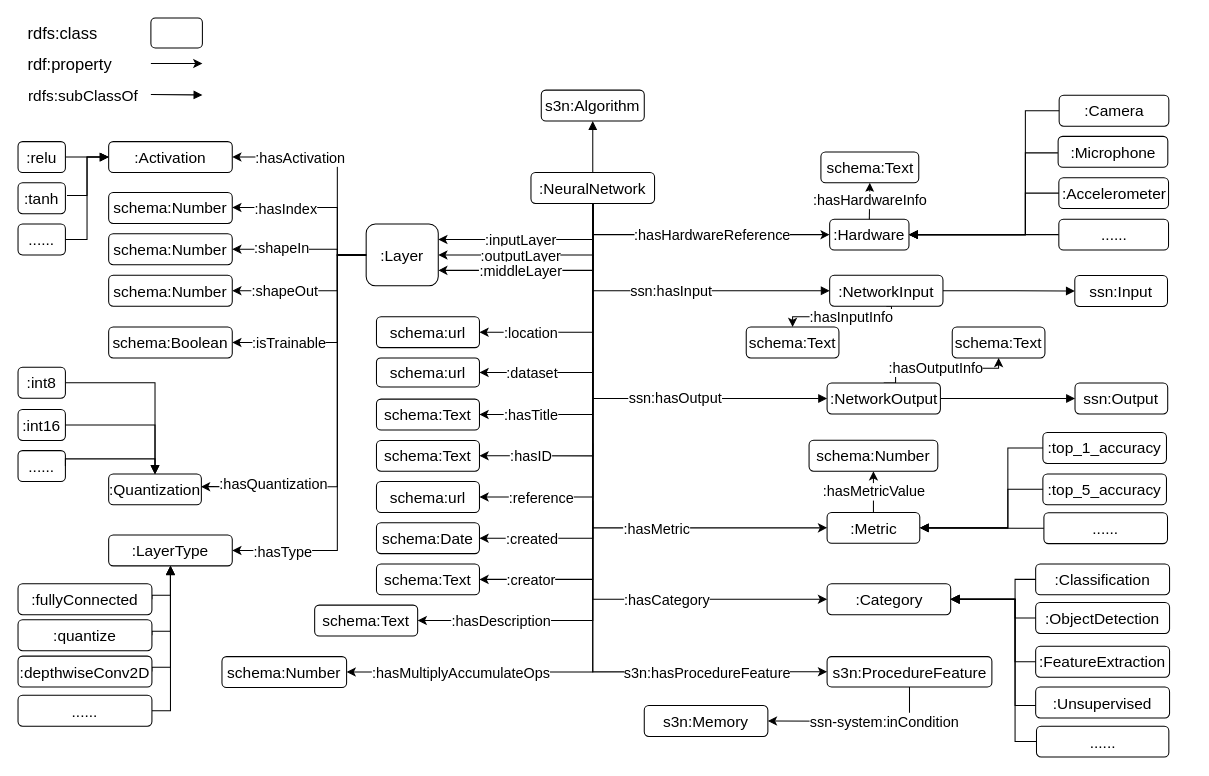
Earlier version of the draw.io diagram NN_tinyML.drawio (Haoyu-R/appendix). Source tidied: cells renumbered, new cells numbered last; positions are measured from the earlier drawing's top-left corner, leaving out a move shared by most shapes. Both pictures are drawn from the tidied source at 103%, with x=0, y=0 at pixel (18, 18).
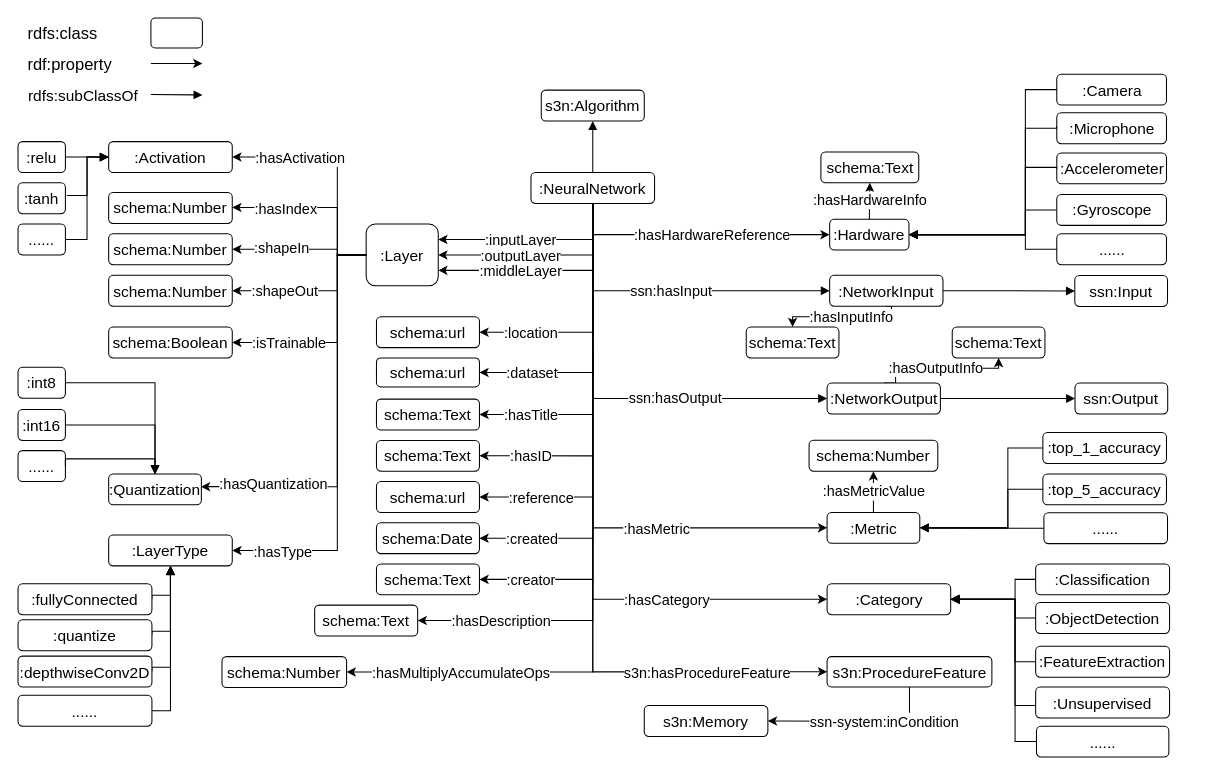
Above is the later version.

Unchanged cells that the change refers to:
```xml
<mxCell id="73" value=":Hardware" style="rounded=1;whiteSpace=wrap;html=1;fontSize=15;" parent="1" vertex="1">
  <mxGeometry x="788" y="195.3" width="77" height="30" as="geometry" />
</mxCell>
```

Change to the diagram source:
```diff
@@
     <mxCell id="76" value="&lt;div&gt;:Camera&lt;/div&gt;" style="rounded=1;whiteSpace=wrap;html=1;fontSize=15;" parent="1" vertex="1">
-      <mxGeometry x="1010.8" y="75" width="106.5" height="30" as="geometry" />
+      <mxGeometry x="1008.5" y="54.5" width="106.5" height="30" as="geometry" />
     </mxCell>
     <mxCell id="77" value=":Microphone" style="rounded=1;whiteSpace=wrap;html=1;fontSize=15;" parent="1" vertex="1">
-      <mxGeometry x="1009.8" y="114.9" width="106.5" height="30" as="geometry" />
+      <mxGeometry x="1008.5" y="92" width="106.5" height="30" as="geometry" />
     </mxCell>
     <mxCell id="78" value=":Accelerometer" style="rounded=1;whiteSpace=wrap;html=1;fontSize=15;" parent="1" vertex="1">
-      <mxGeometry x="1010.5" y="155" width="106.5" height="30" as="geometry" />
+      <mxGeometry x="1008.5" y="131" width="106.5" height="30" as="geometry" />
     </mxCell>
     <mxCell id="79" style="edgeStyle=orthogonalEdgeStyle;rounded=0;jettySize=auto;html=1;exitX=0;exitY=0.5;exitDx=0;exitDy=0;endArrow=block;endFill=1;entryX=1;entryY=0.5;entryDx=0;entryDy=0;" parent="1" edge="1" source="80" target="73">
-      <mxGeometry relative="1" as="geometry" />
+      <mxGeometry relative="1" as="geometry">
+        <Array as="points">
+          <mxPoint x="978" y="186" />
+          <mxPoint x="978" y="210" />
+        </Array>
+      </mxGeometry>
     </mxCell>
-    <mxCell id="80" value="......" style="rounded=1;whiteSpace=wrap;html=1;fontSize=15;" parent="1" vertex="1">
-      <mxGeometry x="1010.5" y="195.3" width="106.5" height="30" as="geometry" />
+    <mxCell id="80" value="&lt;span class=&quot;ILfuVd&quot;&gt;&lt;span class=&quot;hgKElc&quot;&gt;:Gyroscope&lt;/span&gt;&lt;/span&gt;" style="rounded=1;whiteSpace=wrap;html=1;fontSize=15;" parent="1" vertex="1">
+      <mxGeometry x="1008.5" y="171.3" width="106.5" height="30" as="geometry" />
     </mxCell>
@@
     <mxCell id="100" style="edgeStyle=orthogonalEdgeStyle;rounded=0;jettySize=auto;html=1;exitX=0;exitY=0.5;exitDx=0;exitDy=0;endArrow=block;endFill=1;entryX=1;entryY=0.5;entryDx=0;entryDy=0;" parent="1" edge="1" source="78" target="73">
       <mxGeometry relative="1" as="geometry">
         <Array as="points">
-          <mxPoint x="978" y="170" />
+          <mxPoint x="1009" y="145" />
+          <mxPoint x="978" y="145" />
           <mxPoint x="978" y="210" />
         </Array>
       </mxGeometry>
     </mxCell>
-    <mxCell id="101" style="edgeStyle=orthogonalEdgeStyle;rounded=0;jettySize=auto;html=1;endArrow=block;endFill=1;entryX=1;entryY=0.5;entryDx=0;entryDy=0;exitX=-0.002;exitY=0.534;exitDx=0;exitDy=0;exitPerimeter=0;" parent="1" edge="1" source="77" target="73">
+    <mxCell id="101" style="edgeStyle=orthogonalEdgeStyle;rounded=0;jettySize=auto;html=1;endArrow=block;endFill=1;entryX=1;entryY=0.5;entryDx=0;entryDy=0;exitX=-0.002;exitY=0.534;exitDx=0;exitDy=0;exitPerimeter=0;" parent="1" edge="1" target="73">
       <mxGeometry relative="1" as="geometry">
+        <mxPoint x="1008.3" y="105" as="sourcePoint" />
         <Array as="points">
-          <mxPoint x="978" y="131" />
+          <mxPoint x="1008" y="107" />
+          <mxPoint x="978" y="107" />
           <mxPoint x="978" y="210" />
         </Array>
       </mxGeometry>
     </mxCell>
@@
+    <mxCell id="127" value="......" style="rounded=1;whiteSpace=wrap;html=1;fontSize=15;" parent="1" vertex="1">
+      <mxGeometry x="1008.5" y="209.5" width="106.5" height="30" as="geometry" />
+    </mxCell>
+    <mxCell id="128" style="edgeStyle=orthogonalEdgeStyle;rounded=0;jettySize=auto;html=1;exitX=0;exitY=0.5;exitDx=0;exitDy=0;endArrow=block;endFill=1;entryX=1;entryY=0.5;entryDx=0;entryDy=0;" parent="1" edge="1" source="127" target="73">
+      <mxGeometry relative="1" as="geometry">
+        <Array as="points">
+          <mxPoint x="978" y="224" />
+          <mxPoint x="978" y="210" />
+        </Array>
+      </mxGeometry>
+    </mxCell>
```
